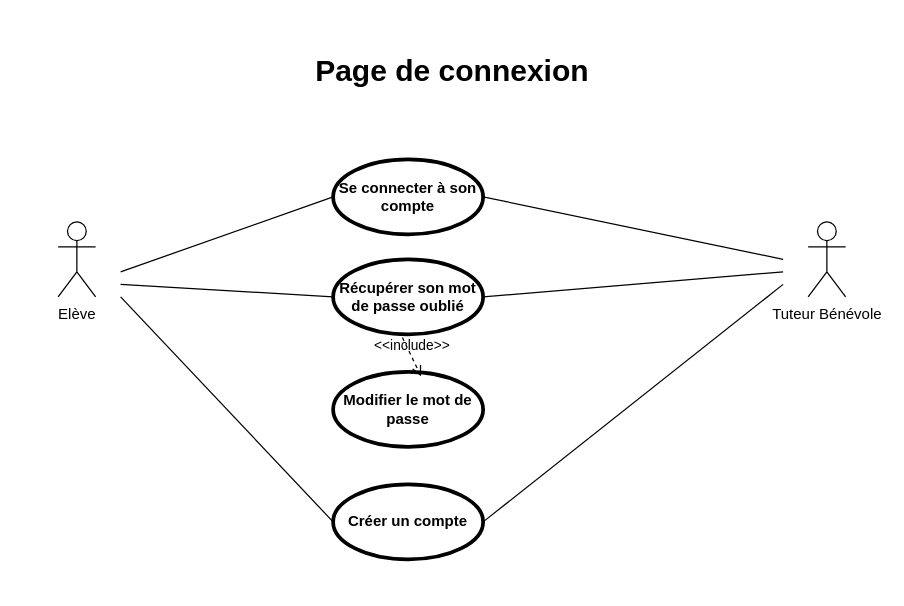
Earlier version of the draw.io diagram Connexion.drawio (aureliegangloff/OC-P7-Learn-Home). Source tidied: cells renumbered, new cells numbered last; positions are measured from the earlier drawing's top-left corner, leaving out a move shared by most shapes. Both pictures are drawn from the tidied source at 125%, with x=0, y=0 at pixel (58, 21).
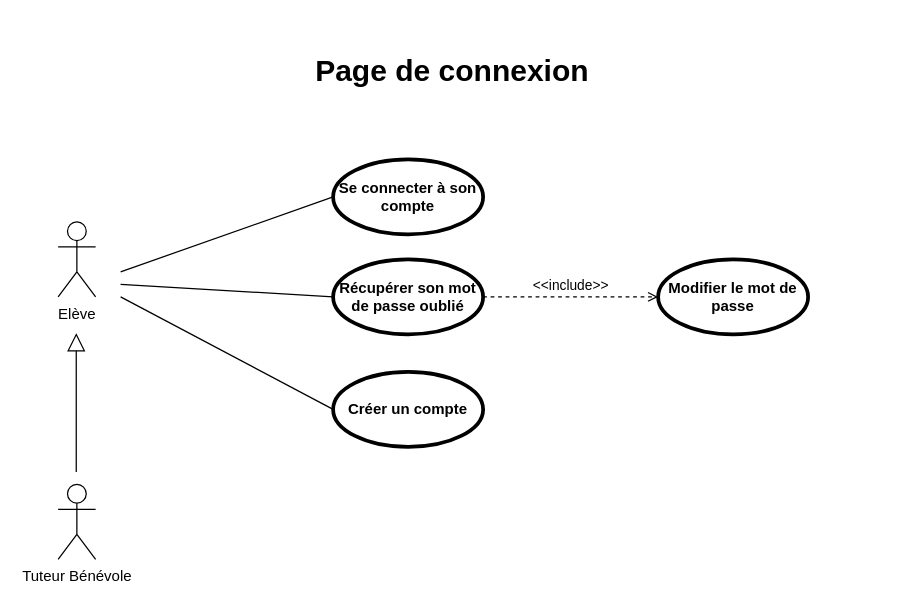
Above is the later version.

Commit message:
Mettre à jour Connexion.drawio

Diff of the diagram source:
```diff
@@
 <mxGraphModel>
   <root>
     <mxCell id="0" />
     <mxCell id="1" parent="0" />
     <mxCell id="2" value="Elève" style="shape=umlActor;html=1;verticalLabelPosition=bottom;verticalAlign=top;align=center;labelPerimeter=1;" parent="1" vertex="1">
       <mxGeometry y="160" width="30" height="60" as="geometry" />
     </mxCell>
     <mxCell id="3" value="Tuteur Bénévole" style="shape=umlActor;html=1;verticalLabelPosition=bottom;verticalAlign=top;align=center;labelPerimeter=1;" parent="1" vertex="1">
-      <mxGeometry x="600" y="160" width="30" height="60" as="geometry" />
+      <mxGeometry y="370" width="30" height="60" as="geometry" />
     </mxCell>
     <mxCell id="4" value="Se connecter à son compte" style="shape=ellipse;html=1;strokeWidth=3;fontStyle=1;whiteSpace=wrap;align=center;perimeter=ellipsePerimeter;" parent="1" vertex="1">
       <mxGeometry x="220" y="110" width="120" height="60" as="geometry" />
     </mxCell>
     <mxCell id="5" value="Page de connexion" style="text;strokeColor=none;fillColor=none;html=1;fontSize=24;fontStyle=1;verticalAlign=middle;align=center;autosizeText=1;" parent="1" vertex="1">
       <mxGeometry x="200" width="230" height="80" as="geometry" />
     </mxCell>
     <mxCell id="6" value="Récupérer son mot de passe oublié" style="shape=ellipse;html=1;strokeWidth=3;fontStyle=1;whiteSpace=wrap;align=center;perimeter=ellipsePerimeter;" parent="1" vertex="1">
       <mxGeometry x="220" y="190" width="120" height="60" as="geometry" />
     </mxCell>
     <mxCell id="7" value="Créer un compte" style="shape=ellipse;html=1;strokeWidth=3;fontStyle=1;whiteSpace=wrap;align=center;perimeter=ellipsePerimeter;" parent="1" vertex="1">
-      <mxGeometry x="220" y="370" width="120" height="60" as="geometry" />
+      <mxGeometry x="220" y="280" width="120" height="60" as="geometry" />
     </mxCell>
     <mxCell id="8" value="Modifier le mot de passe" style="shape=ellipse;html=1;strokeWidth=3;fontStyle=1;whiteSpace=wrap;align=center;perimeter=ellipsePerimeter;" parent="1" vertex="1">
-      <mxGeometry x="220" y="280" width="120" height="60" as="geometry" />
+      <mxGeometry x="480" y="190" width="120" height="60" as="geometry" />
     </mxCell>
     <mxCell id="9" style="edgeStyle=none;html=1;endArrow=none;verticalAlign=bottom;rounded=0;defaultLabelBackgroundColor=page;entryX=0;entryY=0.5;entryDx=0;entryDy=0;endFill=0;" parent="1" edge="1" target="4">
       <mxGeometry relative="1" as="geometry">
         <mxPoint x="50" y="200" as="sourcePoint" />
       </mxGeometry>
     </mxCell>
-    <mxCell id="10" style="edgeStyle=none;html=1;endArrow=none;verticalAlign=bottom;rounded=0;defaultLabelBackgroundColor=page;exitX=1;exitY=0.5;exitDx=0;exitDy=0;startArrow=none;startFill=0;" parent="1" edge="1" source="4">
-      <mxGeometry relative="1" as="geometry">
-        <mxPoint x="580" y="190" as="targetPoint" />
-      </mxGeometry>
-    </mxCell>
     <mxCell id="11" style="edgeStyle=none;html=1;endArrow=none;verticalAlign=bottom;rounded=0;defaultLabelBackgroundColor=page;entryX=0;entryY=0.5;entryDx=0;entryDy=0;endFill=0;" parent="1" edge="1" target="6">
       <mxGeometry relative="1" as="geometry">
         <mxPoint x="50" y="210" as="sourcePoint" />
       </mxGeometry>
     </mxCell>
-    <mxCell id="12" style="edgeStyle=none;html=1;endArrow=none;verticalAlign=bottom;rounded=0;defaultLabelBackgroundColor=page;exitX=1;exitY=0.5;exitDx=0;exitDy=0;startArrow=none;startFill=0;" parent="1" edge="1" source="6">
-      <mxGeometry relative="1" as="geometry">
-        <mxPoint x="580" y="200" as="targetPoint" />
-      </mxGeometry>
-    </mxCell>
-    <mxCell id="13" value="&amp;lt;&amp;lt;include&amp;gt;&amp;gt;" style="edgeStyle=none;html=1;endArrow=open;verticalAlign=bottom;dashed=1;labelBackgroundColor=none;rounded=0;defaultLabelBackgroundColor=page;exitX=0.462;exitY=1.043;exitDx=0;exitDy=0;exitPerimeter=0;entryX=0.586;entryY=0.057;entryDx=0;entryDy=0;entryPerimeter=0;" parent="1" edge="1" source="6" target="8">
+    <mxCell id="13" value="&amp;lt;&amp;lt;include&amp;gt;&amp;gt;" style="edgeStyle=none;html=1;endArrow=open;verticalAlign=bottom;dashed=1;labelBackgroundColor=none;rounded=0;defaultLabelBackgroundColor=page;exitX=1;exitY=0.5;exitDx=0;exitDy=0;entryX=0;entryY=0.5;entryDx=0;entryDy=0;" parent="1" edge="1" source="6" target="8">
       <mxGeometry relative="1" as="geometry" />
     </mxCell>
     <mxCell id="14" style="edgeStyle=none;html=1;endArrow=none;verticalAlign=bottom;rounded=0;defaultLabelBackgroundColor=page;entryX=0;entryY=0.5;entryDx=0;entryDy=0;endFill=0;" parent="1" edge="1" target="7">
       <mxGeometry relative="1" as="geometry">
         <mxPoint x="50" y="220" as="sourcePoint" />
       </mxGeometry>
     </mxCell>
-    <mxCell id="15" style="edgeStyle=none;html=1;endArrow=none;verticalAlign=bottom;rounded=0;defaultLabelBackgroundColor=page;exitX=1;exitY=0.5;exitDx=0;exitDy=0;startArrow=none;startFill=0;" parent="1" edge="1" source="7">
-      <mxGeometry relative="1" as="geometry">
-        <mxPoint x="580" y="210" as="targetPoint" />
-      </mxGeometry>
-    </mxCell>
+    <mxCell id="16" style="edgeStyle=none;html=1;endArrow=block;endFill=0;endSize=12;verticalAlign=bottom;rounded=0;defaultLabelBackgroundColor=page;" parent="1" edge="1">
+      <mxGeometry relative="1" as="geometry">
+        <mxPoint x="14.5" y="360" as="sourcePoint" />
+        <mxPoint x="14.5" y="249" as="targetPoint" />
+      </mxGeometry>
+    </mxCell>
   </root>
 </mxGraphModel>
```
